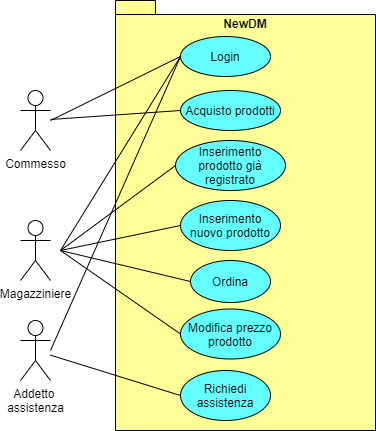
Above: useCase/UC_diagram.png in Ciro-Fusco/NewDM (draw.io), before the change. Source tidied: cells renumbered, new cells last; positions are measured from the earlier drawing's top-left corner, leaving out a move shared by most shapes.
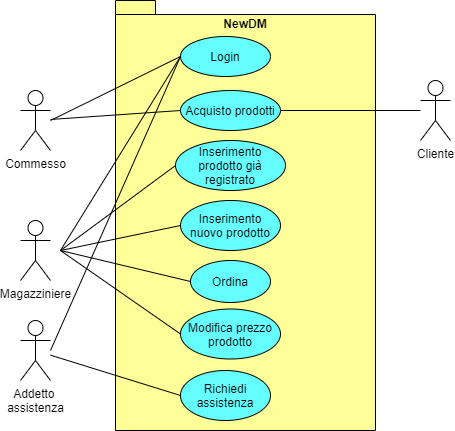
Later version of the same file.

Commit message:
Revisione UC_diagram

Diff of the diagram source:
```diff
@@ -79,5 +79,11 @@
         <mxPoint x="30" y="350" as="sourcePoint" />
       </mxGeometry>
     </mxCell>
+    <mxCell id="23" value="Cliente" style="shape=umlActor;verticalLabelPosition=bottom;verticalAlign=top;html=1;outlineConnect=0;" parent="1" vertex="1">
+      <mxGeometry x="400" y="80" width="30" height="60" as="geometry" />
+    </mxCell>
+    <mxCell id="24" style="endArrow=none;html=1;exitX=1;exitY=0.5;exitDx=0;exitDy=0;" parent="1" edge="1" source="7" target="23">
+      <mxGeometry relative="1" as="geometry" />
+    </mxCell>
   </root>
 </mxGraphModel>
```
